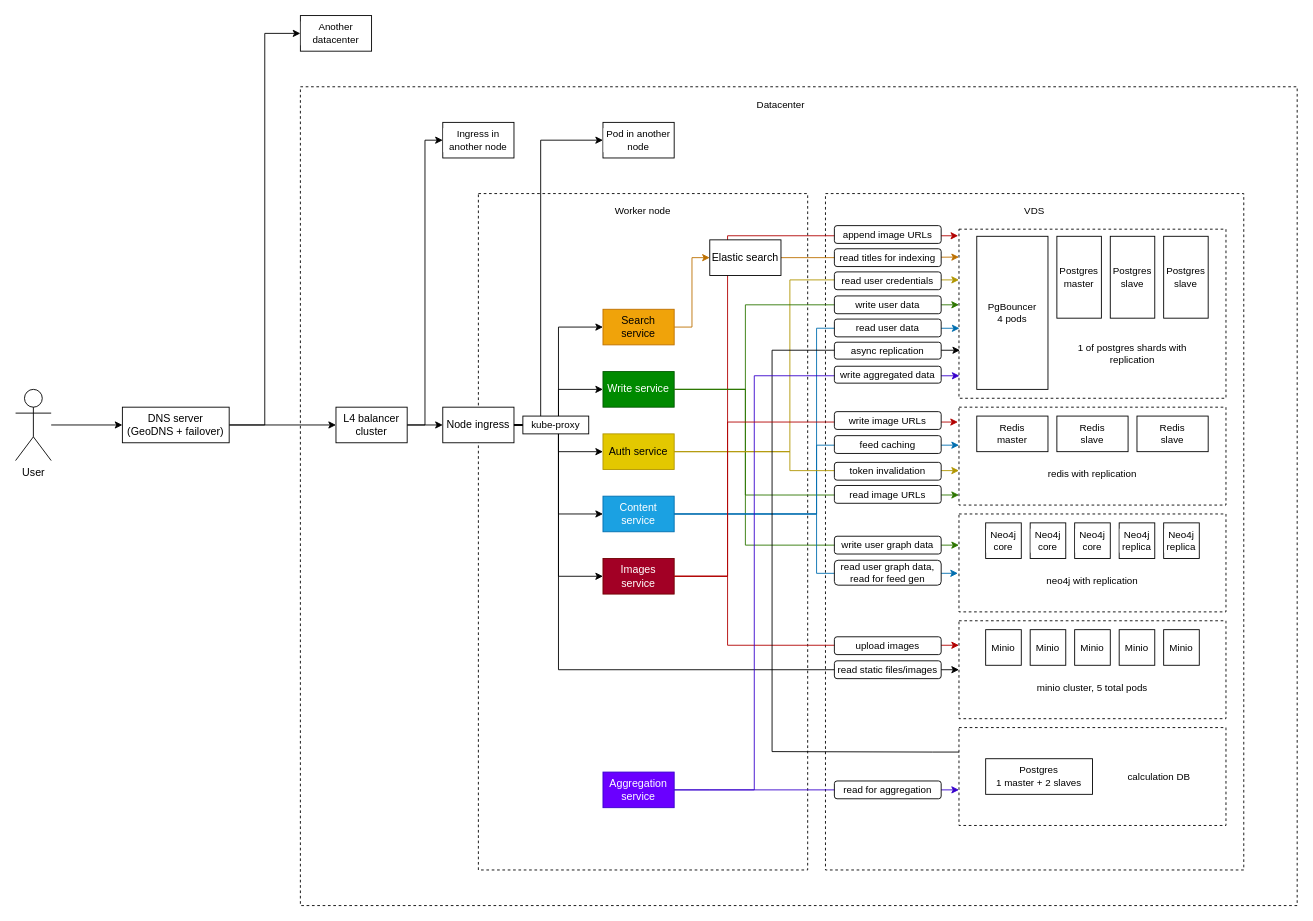
This is assets/drawio/full-diagram.drawio from DeveloperMan313/vk-highload, a draw.io file, before an edit. Source tidied: cells renumbered, new cells numbered last; positions are measured from the earlier drawing's top-left corner, leaving out a move shared by most shapes. Both pictures are drawn from the tidied source at 89%, with x=0, y=0 at pixel (15, 15).
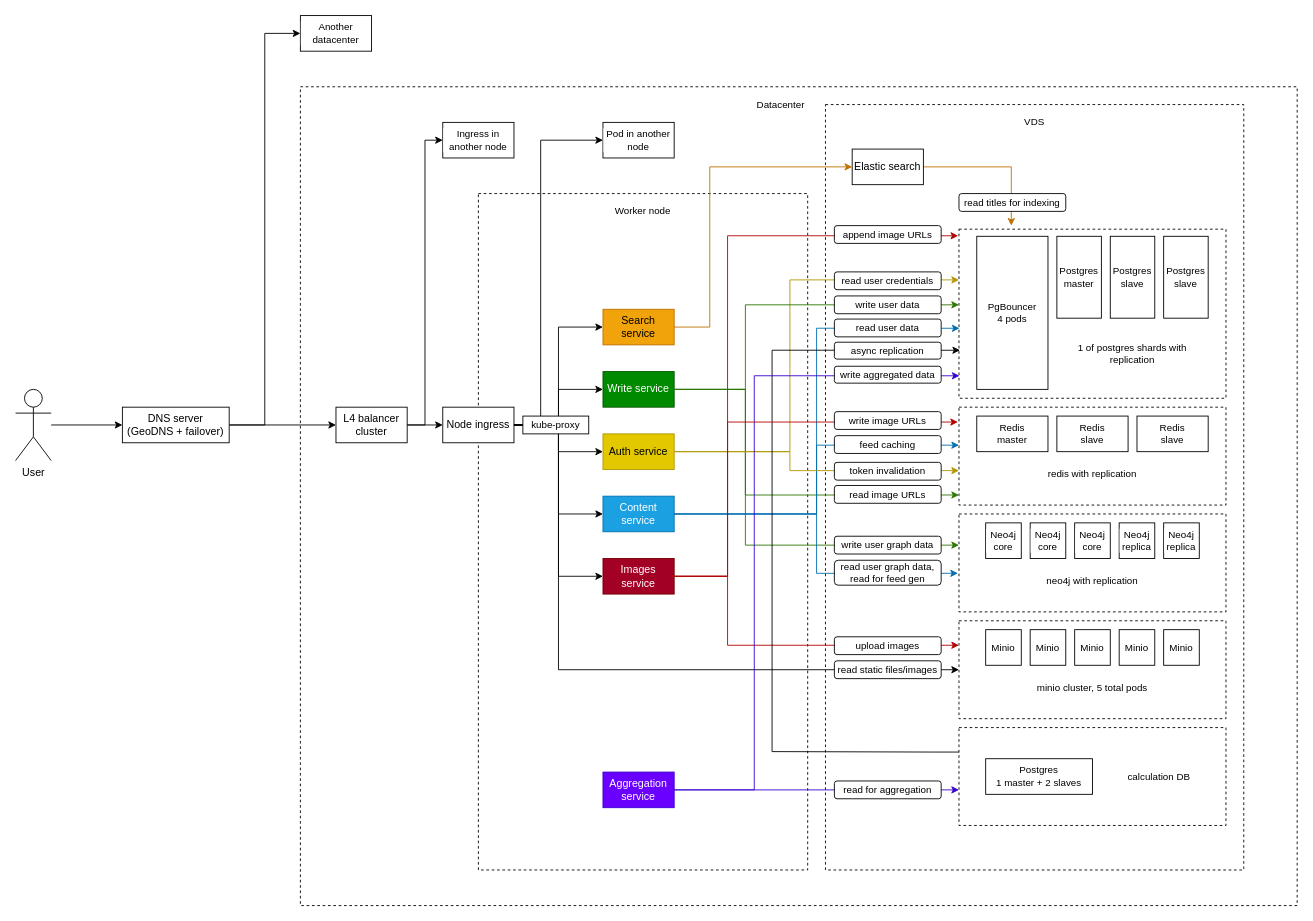
The same page after the edit.

Commit message (it also covers changes not shown here):
Update full diagram

Unchanged cells that the change refers to:
```xml
<mxCell id="15" value="Search service" style="rounded=0;whiteSpace=wrap;html=1;fillColor=#f0a30a;fontColor=#000000;strokeColor=#BD7000;" parent="1" vertex="1">
  <mxGeometry x="660" y="330" width="80" height="40" as="geometry" />
</mxCell>
<mxCell id="24" style="rounded=0;whiteSpace=wrap;html=1;dashed=1;" parent="1" vertex="1">
  <mxGeometry x="1060" y="240" width="300" height="190" as="geometry" />
</mxCell>
```

Diff of the diagram source:
```diff
@@
     <mxCell id="3" style="rounded=0;whiteSpace=wrap;html=1;dashed=1;" parent="1" vertex="1">
-      <mxGeometry x="910" y="200" width="470" height="760" as="geometry" />
+      <mxGeometry x="910" y="100" width="470" height="860" as="geometry" />
     </mxCell>
@@
     <mxCell id="52" style="endArrow=classic;startArrow=none;html=1;rounded=0;edgeStyle=orthogonalEdgeStyle;exitX=1;exitY=0.5;exitDx=0;exitDy=0;entryX=0;entryY=0.5;entryDx=0;entryDy=0;startFill=0;fillColor=#f0a30a;strokeColor=#BD7000;" parent="1" edge="1" source="15" target="88">
-      <mxGeometry relative="1" as="geometry" />
+      <mxGeometry relative="1" as="geometry">
+        <Array as="points">
+          <mxPoint x="780" y="350" />
+          <mxPoint x="780" y="170" />
+        </Array>
+      </mxGeometry>
     </mxCell>
-    <mxCell id="53" style="endArrow=classic;startArrow=none;html=1;rounded=0;edgeStyle=orthogonalEdgeStyle;entryX=0;entryY=0.165;entryDx=0;entryDy=0;startFill=0;exitX=1;exitY=0.5;exitDx=0;exitDy=0;entryPerimeter=0;fillColor=#f0a30a;strokeColor=#BD7000;" parent="1" edge="1" source="88" target="24">
-      <mxGeometry relative="1" as="geometry" />
+    <mxCell id="53" style="endArrow=classic;startArrow=none;html=1;rounded=0;edgeStyle=orthogonalEdgeStyle;entryX=0.196;entryY=-0.021;entryDx=0;entryDy=0;startFill=0;exitX=1;exitY=0.5;exitDx=0;exitDy=0;entryPerimeter=0;fillColor=#f0a30a;strokeColor=#BD7000;" parent="1" edge="1" source="88" target="24">
+      <mxGeometry relative="1" as="geometry">
+        <Array as="points">
+          <mxPoint x="1119" y="170" />
+        </Array>
+      </mxGeometry>
     </mxCell>
@@
     <mxCell id="58" value="read titles for indexing" style="rounded=1;whiteSpace=wrap;html=1;fontFamily=Helvetica;fontSize=11;fontColor=default;" parent="1" vertex="1">
-      <mxGeometry x="920" y="262" width="120" height="20" as="geometry" />
+      <mxGeometry x="1060" y="200" width="120" height="20" as="geometry" />
     </mxCell>
@@
     <mxCell id="86" value="VDS" style="text;html=1;strokeColor=none;fillColor=none;align=center;verticalAlign=middle;whiteSpace=wrap;rounded=0;fontSize=11;fontFamily=Helvetica;fontColor=default;" parent="1" vertex="1">
-      <mxGeometry x="910" y="200" width="470" height="40" as="geometry" />
+      <mxGeometry x="910" y="100" width="470" height="40" as="geometry" />
     </mxCell>
@@
     <mxCell id="88" value="Elastic search" style="rounded=0;whiteSpace=wrap;html=1;" parent="1" vertex="1">
-      <mxGeometry x="780" y="252" width="80" height="40" as="geometry" />
+      <mxGeometry x="940" y="150" width="80" height="40" as="geometry" />
     </mxCell>
```
